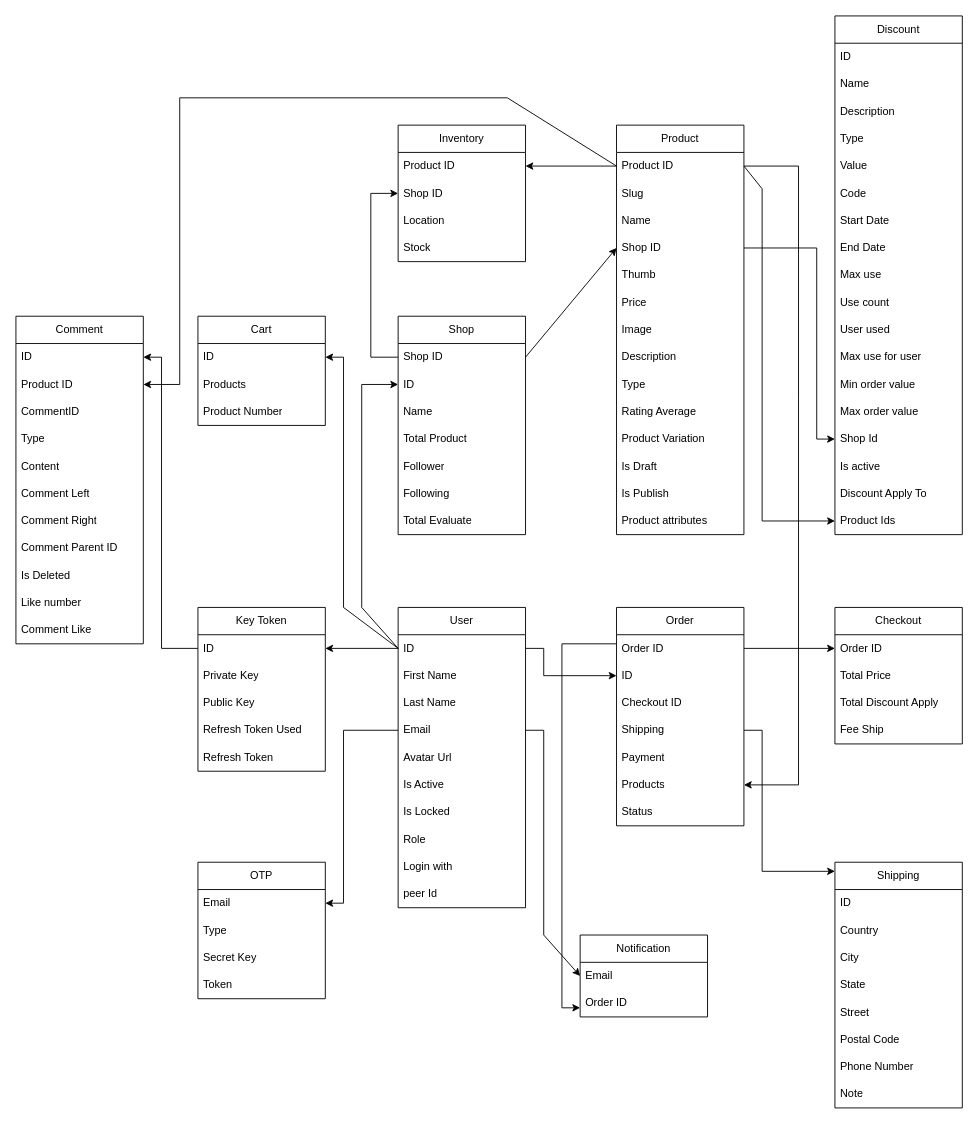
This is Untitled Diagram.drawio from hoangdat12/LazyFy, a draw.io file, before an edit. Source tidied: cells renumbered, new cells numbered last; positions are measured from the earlier drawing's top-left corner, leaving out a move shared by most shapes. Both pictures are drawn from the tidied source at 91%, with x=0, y=0 at pixel (15, 15).
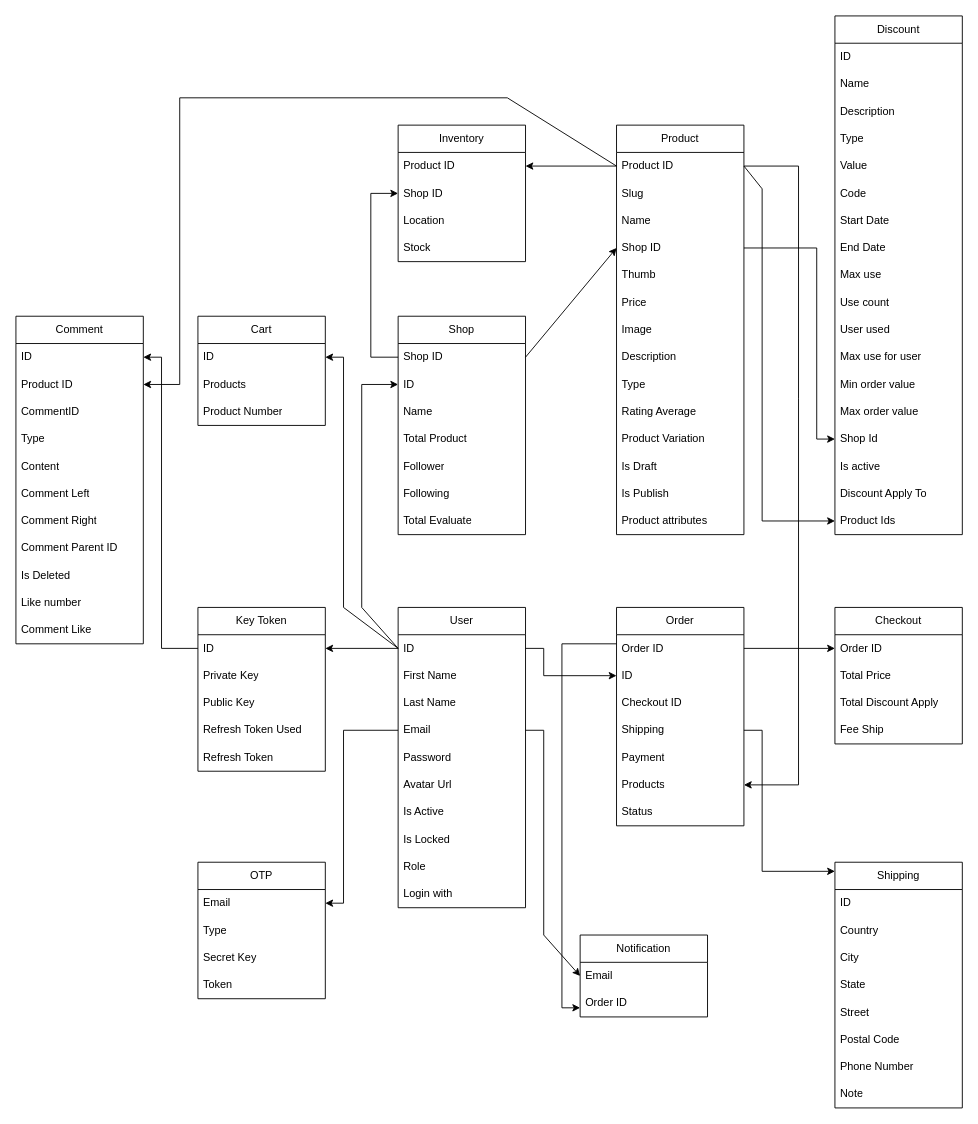
The same diagram, later.

The change refers to these unchanged cells:
```xml
<mxCell id="2" value="User" style="swimlane;fontStyle=0;horizontal=1;startSize=30;whiteSpace=wrap;html=1;" parent="1" vertex="1">
  <mxGeometry x="420" y="650" width="140" height="330" as="geometry" />
</mxCell>
```

Change to the diagram source:
```diff
@@
+    <mxCell id="129" value="Password" style="text;strokeColor=none;fillColor=none;align=left;verticalAlign=middle;spacingLeft=4;spacingRight=4;overflow=hidden;whiteSpace=wrap;html=1;" parent="2" vertex="1">
+      <mxGeometry y="150" width="140" height="30" as="geometry" />
+    </mxCell>
     <mxCell id="7" value="Avatar Url" style="text;strokeColor=none;fillColor=none;align=left;verticalAlign=middle;spacingLeft=4;spacingRight=4;overflow=hidden;whiteSpace=wrap;html=1;" parent="2" vertex="1">
-      <mxGeometry y="150" width="140" height="30" as="geometry" />
+      <mxGeometry y="180" width="140" height="30" as="geometry" />
     </mxCell>
     <mxCell id="8" value="Is Active" style="text;strokeColor=none;fillColor=none;align=left;verticalAlign=middle;spacingLeft=4;spacingRight=4;overflow=hidden;whiteSpace=wrap;html=1;" parent="2" vertex="1">
-      <mxGeometry y="180" width="140" height="30" as="geometry" />
+      <mxGeometry y="210" width="140" height="30" as="geometry" />
     </mxCell>
     <mxCell id="9" value="Is Locked" style="text;strokeColor=none;fillColor=none;align=left;verticalAlign=middle;spacingLeft=4;spacingRight=4;overflow=hidden;whiteSpace=wrap;html=1;" parent="2" vertex="1">
-      <mxGeometry y="210" width="140" height="30" as="geometry" />
+      <mxGeometry y="240" width="140" height="30" as="geometry" />
     </mxCell>
     <mxCell id="10" value="Role" style="text;strokeColor=none;fillColor=none;align=left;verticalAlign=middle;spacingLeft=4;spacingRight=4;overflow=hidden;whiteSpace=wrap;html=1;" parent="2" vertex="1">
-      <mxGeometry y="240" width="140" height="30" as="geometry" />
+      <mxGeometry y="270" width="140" height="30" as="geometry" />
     </mxCell>
     <mxCell id="11" value="Login with" style="text;strokeColor=none;fillColor=none;align=left;verticalAlign=middle;spacingLeft=4;spacingRight=4;overflow=hidden;whiteSpace=wrap;html=1;" parent="2" vertex="1">
-      <mxGeometry y="270" width="140" height="30" as="geometry" />
+      <mxGeometry y="300" width="140" height="30" as="geometry" />
     </mxCell>
-    <mxCell id="12" value="peer Id" style="text;strokeColor=none;fillColor=none;align=left;verticalAlign=middle;spacingLeft=4;spacingRight=4;overflow=hidden;whiteSpace=wrap;html=1;" parent="2" vertex="1">
-      <mxGeometry y="300" width="140" height="30" as="geometry" />
-    </mxCell>
```
